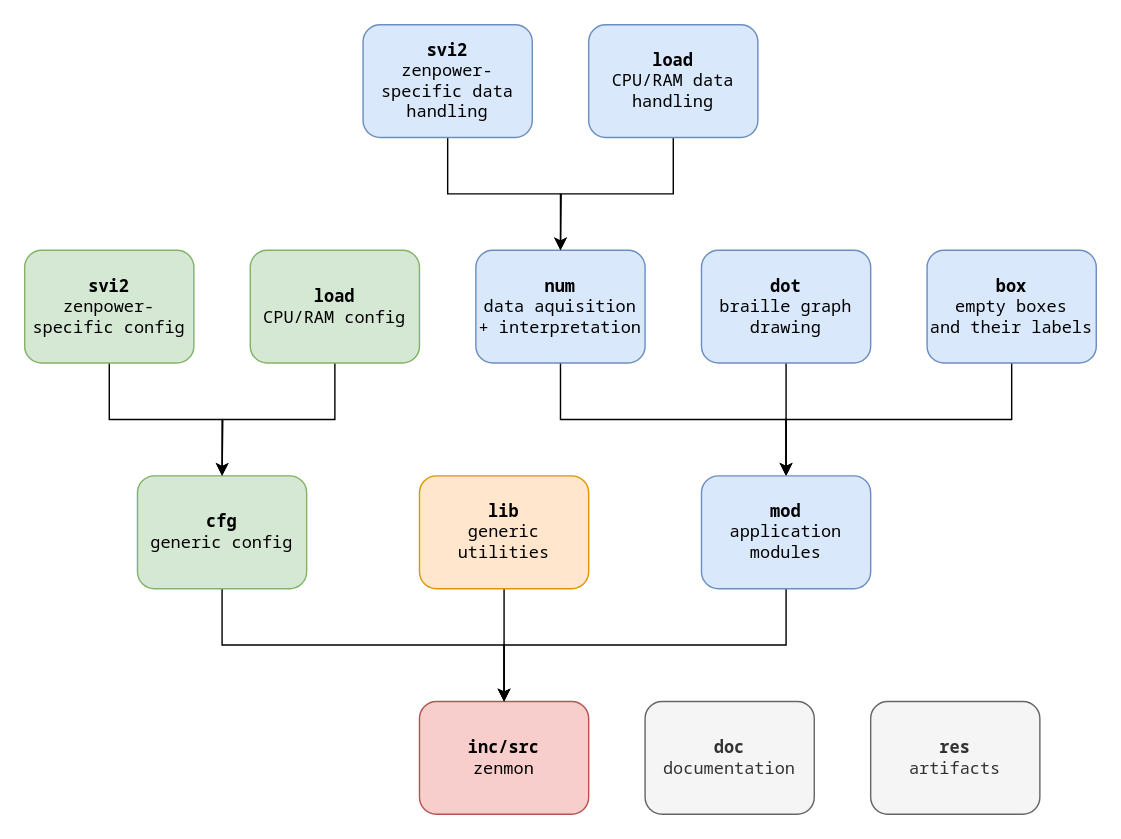
Above: doc/block-diag.drawio in gentutu/zenmon (draw.io), before the change. Source tidied: cells renumbered, new cells numbered last; positions are measured from the earlier drawing's top-left corner, leaving out a move shared by most shapes. Both pictures are drawn from the tidied source at 141%, with x=0, y=0 at pixel (24, 24).
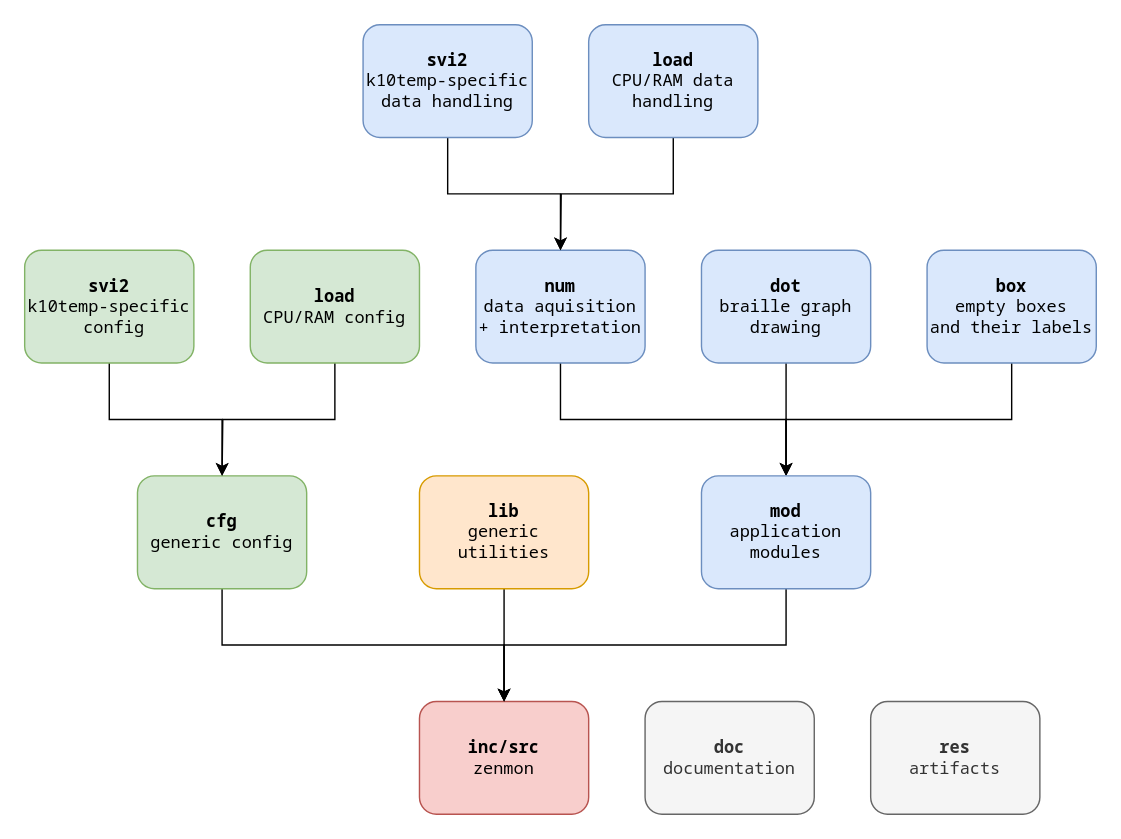
Above is the later version.

What changed in the source:
```diff
@@
-    <mxCell id="12" value="&lt;div&gt;&lt;b&gt;svi2&lt;/b&gt;&lt;/div&gt;&lt;div&gt;zenpower-specific data handling&lt;br&gt;&lt;/div&gt;" style="rounded=1;whiteSpace=wrap;html=1;fontFamily=Noto Sans Mono;fillColor=#dae8fc;strokeColor=#6c8ebf;" parent="1" vertex="1">
+    <mxCell id="12" value="&lt;div&gt;&lt;b&gt;svi2&lt;/b&gt;&lt;/div&gt;&lt;div&gt;k10temp-specific data handling&lt;br&gt;&lt;/div&gt;" style="rounded=1;whiteSpace=wrap;html=1;fontFamily=Noto Sans Mono;fillColor=#dae8fc;strokeColor=#6c8ebf;" parent="1" vertex="1">
       <mxGeometry x="240" width="120" height="80" as="geometry" />
     </mxCell>
@@
-    <mxCell id="18" value="&lt;div&gt;&lt;b&gt;svi2&lt;/b&gt;&lt;/div&gt;&lt;div&gt;zenpower-specific config&lt;br&gt;&lt;/div&gt;" style="rounded=1;whiteSpace=wrap;html=1;fontFamily=Noto Sans Mono;fillColor=#d5e8d4;strokeColor=#82b366;" parent="1" vertex="1">
+    <mxCell id="18" value="&lt;div&gt;&lt;b&gt;svi2&lt;/b&gt;&lt;/div&gt;k10temp-specific&lt;div&gt;&amp;nbsp;config&lt;br&gt;&lt;/div&gt;" style="rounded=1;whiteSpace=wrap;html=1;fontFamily=Noto Sans Mono;fillColor=#d5e8d4;strokeColor=#82b366;" parent="1" vertex="1">
       <mxGeometry y="160" width="120" height="80" as="geometry" />
     </mxCell>
```
